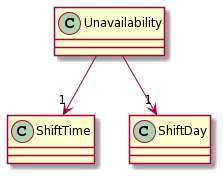
wakululuu/tp keeps this PlantUML diagram as docs/images/UnavailabilityClassDiagram.png. Above is the earlier version. The source it was exported from:
```plantuml
@startuml
Unavailability --> "1" ShiftTime
Unavailability --> "1" ShiftDay
@enduml
```
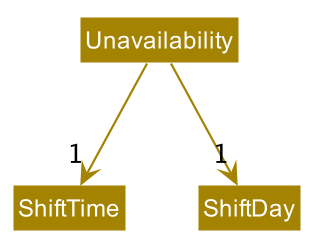
After the change.

What changed in the source:
```diff
@@ -1,4 +1,60 @@
 @startuml
-Unavailability --> "1" ShiftTime
-Unavailability --> "1" ShiftDay
+
+
+
+
+
+
+
+
+skinparam BackgroundColor #FFFFFFF
+
+skinparam Shadowing false
+
+skinparam Class {
+    FontColor #FFFFFF
+    BorderThickness 1
+    BorderColor #FFFFFF
+    StereotypeFontColor #FFFFFF
+    FontName Arial
+}
+
+skinparam Actor {
+    BorderColor #000000
+    Color #000000
+    FontName Arial
+}
+
+skinparam Sequence {
+    MessageAlign center
+    BoxFontSize 15
+    BoxPadding 0
+    BoxFontColor #FFFFFF
+    FontName Arial
+}
+
+skinparam Participant {
+    FontColor #FFFFFFF
+    Padding 20
+}
+
+skinparam MinClassWidth 50
+skinparam ParticipantPadding 10
+skinparam Shadowing false
+skinparam DefaultTextAlignment center
+skinparam packageStyle Rectangle
+
+hide footbox
+hide members
+hide circle
+skinparam arrowThickness 1.1
+skinparam arrowColor #A38300
+skinparam classBackgroundColor #A38300
+
+Class Unavailability
+Class ShiftTime
+Class ShiftDay
+
+Unavailability -down-> "1" ShiftTime
+Unavailability -down-> "1" ShiftDay
 @enduml
```
